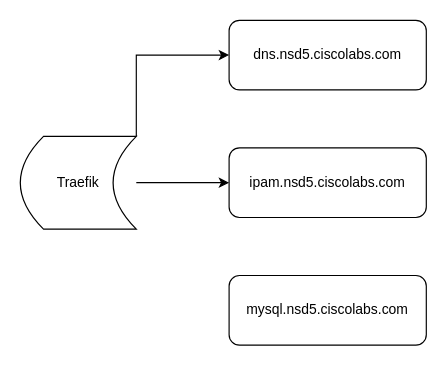
This is NSD5-Lab.drawio from grscarle/draw.io, a draw.io file, before an edit. Source tidied: cells renumbered, new cells numbered last; positions are measured from the earlier drawing's top-left corner, leaving out a move shared by most shapes. Both pictures are drawn from the tidied source at 116%, with x=0, y=0 at pixel (20, 20).
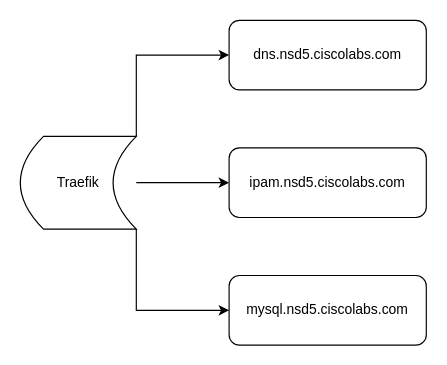
The same diagram, later.

Diff of the diagram source:
```diff
@@
 <mxGraphModel>
   <root>
     <mxCell id="0" />
     <mxCell id="1" parent="0" />
     <mxCell id="2" style="edgeStyle=orthogonalEdgeStyle;rounded=0;jettySize=auto;html=1;exitX=1;exitY=0;exitDx=0;exitDy=0;entryX=0;entryY=0.5;entryDx=0;entryDy=0;" parent="1" edge="1" source="4" target="5">
       <mxGeometry relative="1" as="geometry" />
     </mxCell>
     <mxCell id="3" style="edgeStyle=orthogonalEdgeStyle;rounded=0;jettySize=auto;html=1;exitX=1;exitY=0.5;exitDx=0;exitDy=0;" parent="1" edge="1" source="4" target="6">
       <mxGeometry relative="1" as="geometry" />
     </mxCell>
+    <mxCell id="8" style="edgeStyle=orthogonalEdgeStyle;rounded=0;jettySize=auto;html=1;exitX=1;exitY=1;exitDx=0;exitDy=0;entryX=0;entryY=0.5;entryDx=0;entryDy=0;" parent="1" edge="1" source="4" target="7">
+      <mxGeometry relative="1" as="geometry" />
+    </mxCell>
     <mxCell id="4" value="Traefik" style="shape=dataStorage;whiteSpace=wrap;html=1;fixedSize=1;" parent="1" vertex="1">
       <mxGeometry y="100" width="100" height="80" as="geometry" />
     </mxCell>
     <mxCell id="5" value="dns.nsd5.ciscolabs.com" style="rounded=1;whiteSpace=wrap;html=1;" parent="1" vertex="1">
       <mxGeometry x="180" width="170" height="60" as="geometry" />
     </mxCell>
     <mxCell id="6" value="ipam.nsd5.ciscolabs.com" style="rounded=1;whiteSpace=wrap;html=1;" parent="1" vertex="1">
       <mxGeometry x="180" y="110" width="170" height="60" as="geometry" />
     </mxCell>
     <mxCell id="7" value="mysql.nsd5.ciscolabs.com" style="rounded=1;whiteSpace=wrap;html=1;" parent="1" vertex="1">
       <mxGeometry x="180" y="220" width="170" height="60" as="geometry" />
     </mxCell>
   </root>
 </mxGraphModel>
```
